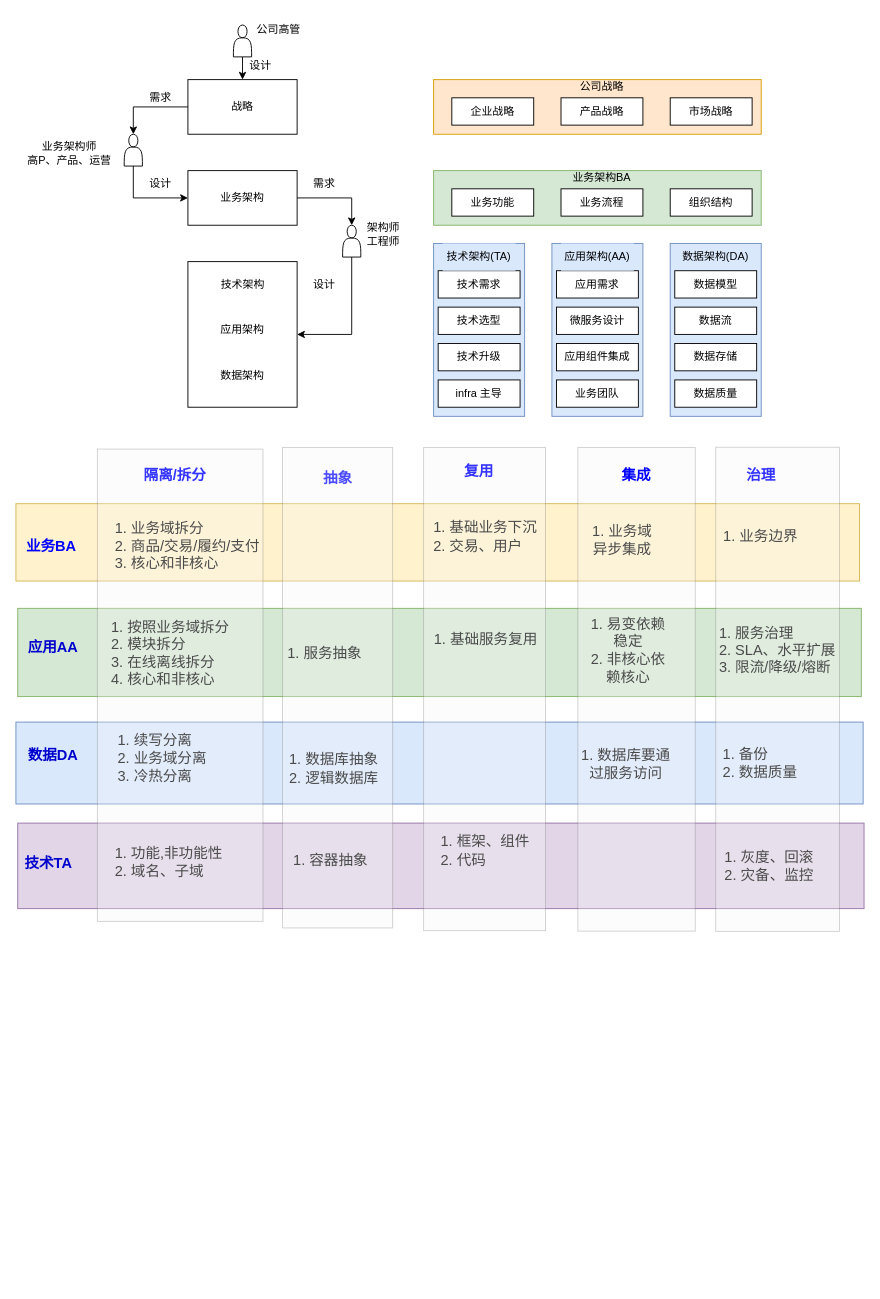
wxquare/wxquare.github.io keeps this draw.io diagram as page "架构" (7 of 8) of source/diagrams/tech.drawio. Above is the earlier version. Source tidied: cells renumbered, new cells numbered last; positions are measured from the earlier drawing's top-left corner, leaving out a move shared by most shapes. Both pictures are drawn from the tidied source at 91%, with x=0, y=0 at pixel (15, 15).
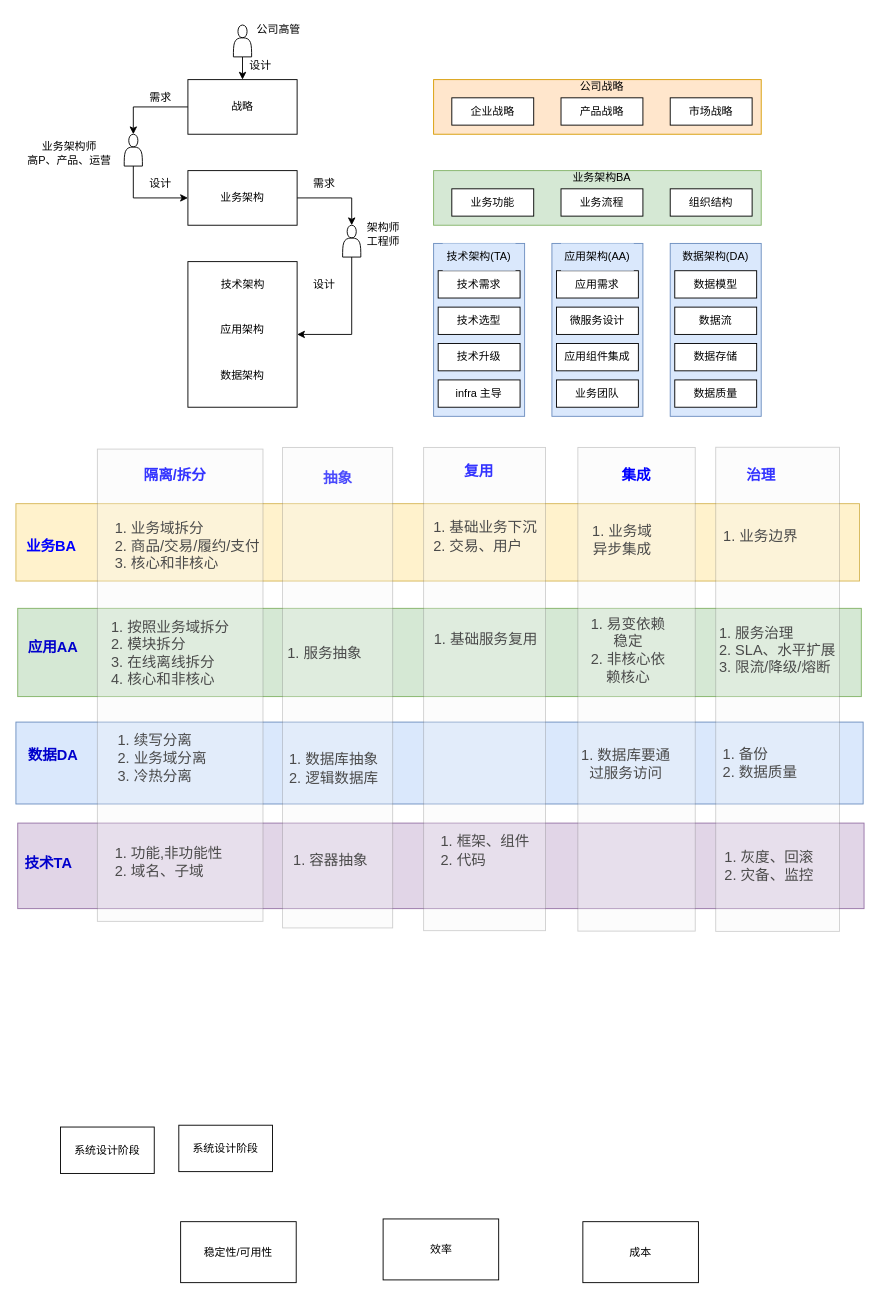
After the change.

The edit, as a diff of the source:
```diff
@@
+    <mxCell id="87" value="稳定性/可用性" style="rounded=0;whiteSpace=wrap;html=1;" parent="1" vertex="1">
+      <mxGeometry x="181" y="1325" width="127" height="67" as="geometry" />
+    </mxCell>
+    <mxCell id="88" value="效率" style="rounded=0;whiteSpace=wrap;html=1;" parent="1" vertex="1">
+      <mxGeometry x="403.5" y="1322" width="127" height="67" as="geometry" />
+    </mxCell>
+    <mxCell id="89" value="成本" style="rounded=0;whiteSpace=wrap;html=1;" parent="1" vertex="1">
+      <mxGeometry x="623" y="1325" width="127" height="67" as="geometry" />
+    </mxCell>
+    <mxCell id="90" value="系统设计阶段" style="rounded=0;whiteSpace=wrap;html=1;" parent="1" vertex="1">
+      <mxGeometry x="49" y="1221" width="103" height="51" as="geometry" />
+    </mxCell>
+    <mxCell id="91" value="系统设计阶段" style="rounded=0;whiteSpace=wrap;html=1;" parent="1" vertex="1">
+      <mxGeometry x="179" y="1219" width="103" height="51" as="geometry" />
+    </mxCell>
```
